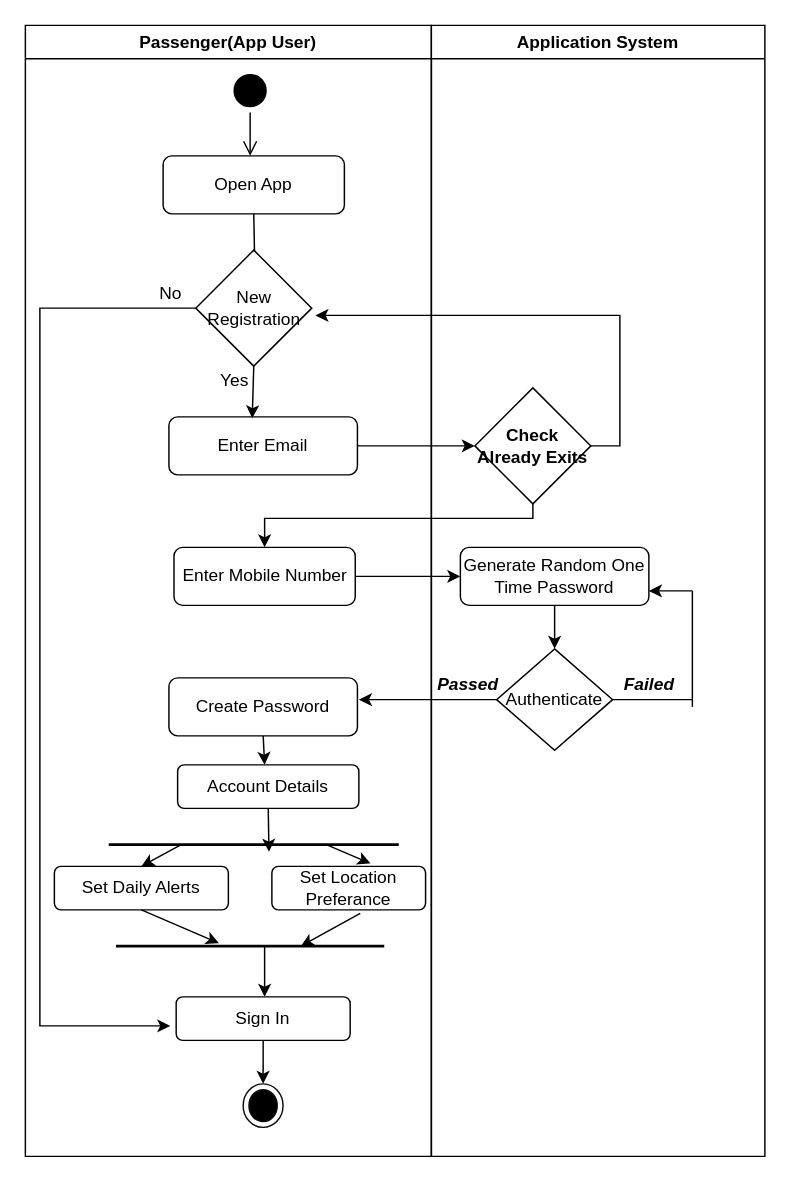
This is Untitled Diagram.drawio from HariniRavi490/Demo-Repo, a draw.io file, before an edit. Source tidied: cells renumbered, new cells numbered last; positions are measured from the earlier drawing's top-left corner, leaving out a move shared by most shapes. Both pictures are drawn from the tidied source at 145%, with x=0, y=0 at pixel (25, 25).
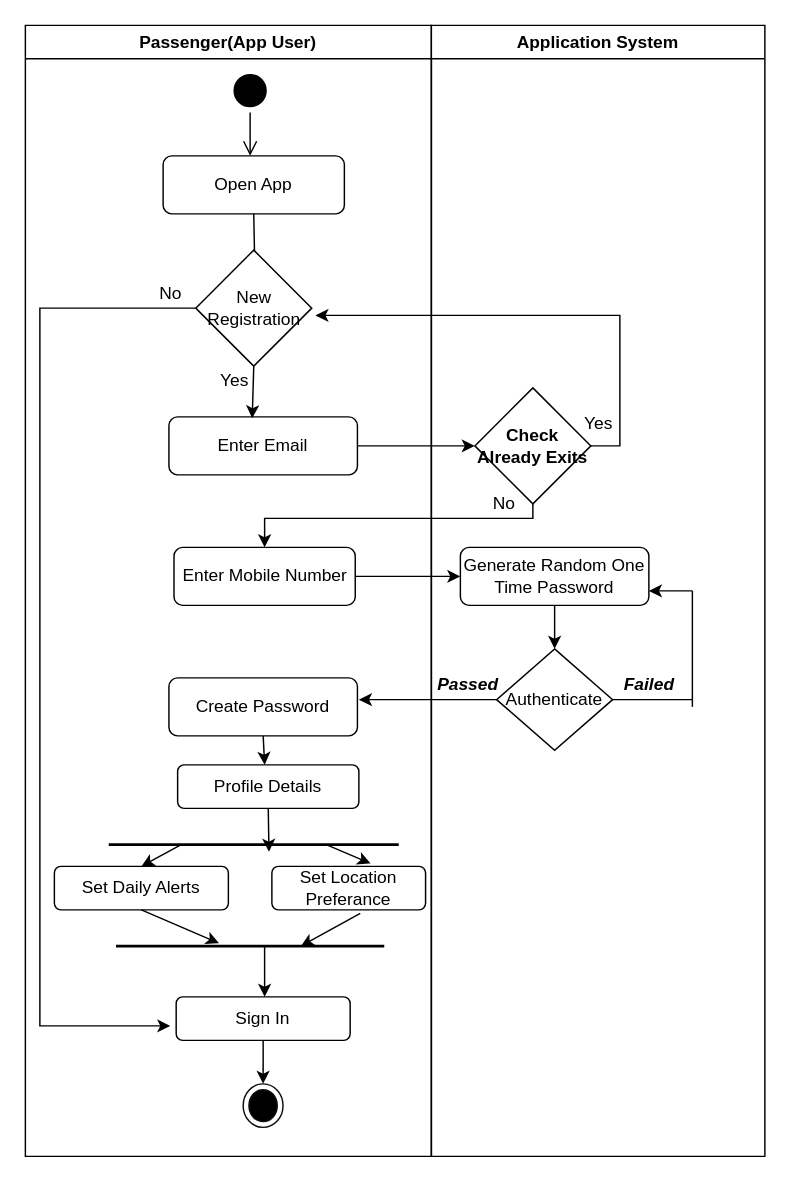
The same diagram, later.

Commit message:
Update Login/newRegistration Diagram.drawio

The change refers to these unchanged cells:
```xml
<mxCell id="42" value="Application System" style="swimlane;whiteSpace=wrap;html=1;" parent="1" vertex="1">
  <mxGeometry x="280" width="230" height="780" as="geometry" />
</mxCell>
```

What changed in the source:
```diff
@@
-    <mxCell id="35" value="Account Details" style="rounded=1;whiteSpace=wrap;html=1;" parent="1" vertex="1">
+    <mxCell id="35" value="Profile Details" style="rounded=1;whiteSpace=wrap;html=1;" parent="1" vertex="1">
       <mxGeometry x="105" y="510" width="125" height="30" as="geometry" />
     </mxCell>
@@
+    <mxCell id="45" value="Yes" style="text;html=1;align=center;verticalAlign=middle;strokeColor=none;fillColor=none;" parent="42" vertex="1">
+      <mxGeometry x="95" y="260" width="40" height="30" as="geometry" />
+    </mxCell>
+    <mxCell id="46" value="No" style="text;html=1;align=center;verticalAlign=middle;strokeColor=none;fillColor=none;" parent="42" vertex="1">
+      <mxGeometry x="30" y="315" width="40" height="30" as="geometry" />
+    </mxCell>
```
